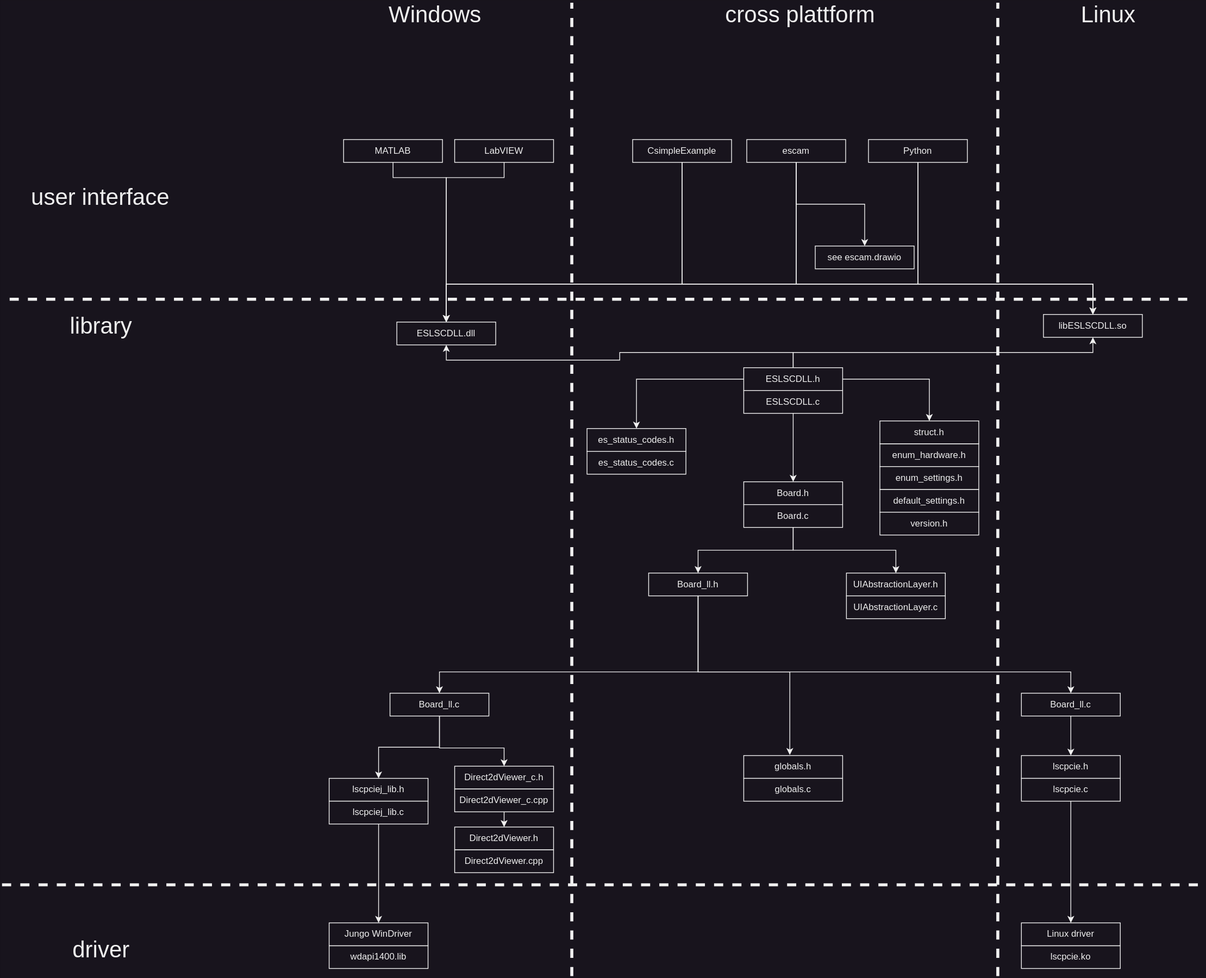
Earlier version of the draw.io export doc/software_structure.drawio.svg (Entwicklungsburo-Stresing/EBST_CAM). Source tidied: cells renumbered, new cells last; positions are measured from the earlier drawing's top-left corner, leaving out a move shared by most shapes.
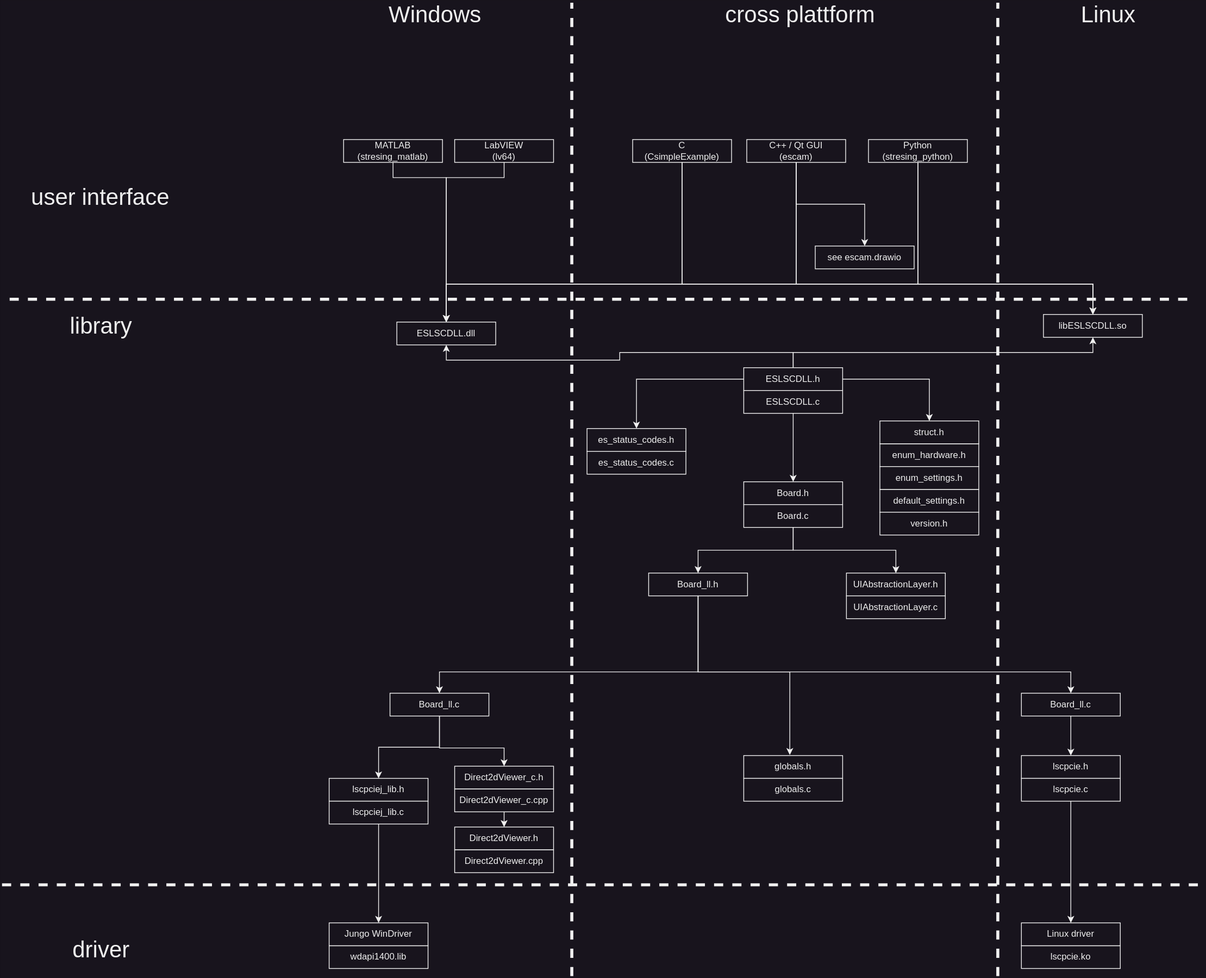
After the change.

Commit message:
Improve top level naming in doc

Diff of the diagram source:
```diff
@@ -148,7 +148,7 @@
         </Array>
       </mxGeometry>
     </mxCell>
-    <mxCell id="42" value="LabVIEW" style="rounded=0;whiteSpace=wrap;html=1;" parent="1" vertex="1">
+    <mxCell id="42" value="LabVIEW&lt;div&gt;(lv64)&lt;/div&gt;" style="rounded=0;whiteSpace=wrap;html=1;" parent="1" vertex="1">
       <mxGeometry x="595" y="180" width="130" height="30" as="geometry" />
     </mxCell>
     <mxCell id="43" style="edgeStyle=orthogonalEdgeStyle;rounded=0;jettySize=auto;html=1;exitX=0.5;exitY=1;exitDx=0;exitDy=0;entryX=0.5;entryY=0;entryDx=0;entryDy=0;fontSize=30;strokeWidth=1;" parent="1" edge="1" source="46" target="62">
@@ -170,7 +170,7 @@
         </Array>
       </mxGeometry>
     </mxCell>
-    <mxCell id="46" value="escam" style="rounded=0;whiteSpace=wrap;html=1;" parent="1" vertex="1">
+    <mxCell id="46" value="&lt;div&gt;C++ / Qt GUI&lt;/div&gt;(escam)" style="rounded=0;whiteSpace=wrap;html=1;" parent="1" vertex="1">
       <mxGeometry x="979" y="180" width="130" height="30" as="geometry" />
     </mxCell>
     <mxCell id="47" value="lscpcie.h" style="rounded=0;whiteSpace=wrap;html=1;" parent="1" vertex="1">
@@ -252,7 +252,7 @@
         </Array>
       </mxGeometry>
     </mxCell>
-    <mxCell id="66" value="Python" style="rounded=0;whiteSpace=wrap;html=1;" parent="1" vertex="1">
+    <mxCell id="66" value="Python&lt;div&gt;(stresing_python)&lt;/div&gt;" style="rounded=0;whiteSpace=wrap;html=1;" parent="1" vertex="1">
       <mxGeometry x="1139" y="180" width="130" height="30" as="geometry" />
     </mxCell>
     <mxCell id="67" style="edgeStyle=orthogonalEdgeStyle;rounded=0;jettySize=auto;html=1;exitX=0.5;exitY=1;exitDx=0;exitDy=0;entryX=0.5;entryY=0;entryDx=0;entryDy=0;" parent="1" edge="1" source="68" target="40">
@@ -263,7 +263,7 @@
         </Array>
       </mxGeometry>
     </mxCell>
-    <mxCell id="68" value="MATLAB" style="rounded=0;whiteSpace=wrap;html=1;" parent="1" vertex="1">
+    <mxCell id="68" value="MATLAB&lt;div&gt;(stresing_matlab)&lt;/div&gt;" style="rounded=0;whiteSpace=wrap;html=1;" parent="1" vertex="1">
       <mxGeometry x="449" y="180" width="130" height="30" as="geometry" />
     </mxCell>
     <mxCell id="69" style="edgeStyle=orthogonalEdgeStyle;rounded=0;jettySize=auto;html=1;exitX=0.5;exitY=1;exitDx=0;exitDy=0;entryX=0.5;entryY=0;entryDx=0;entryDy=0;" parent="1" edge="1" source="71" target="72">
@@ -282,7 +282,7 @@
         </Array>
       </mxGeometry>
     </mxCell>
-    <mxCell id="71" value="CsimpleExample" style="rounded=0;whiteSpace=wrap;html=1;" parent="1" vertex="1">
+    <mxCell id="71" value="C&lt;br&gt;(CsimpleExample)" style="rounded=0;whiteSpace=wrap;html=1;" parent="1" vertex="1">
       <mxGeometry x="829" y="180" width="130" height="30" as="geometry" />
     </mxCell>
     <mxCell id="72" value="libESLSCDLL.so" style="rounded=0;whiteSpace=wrap;html=1;" parent="1" vertex="1">
```
